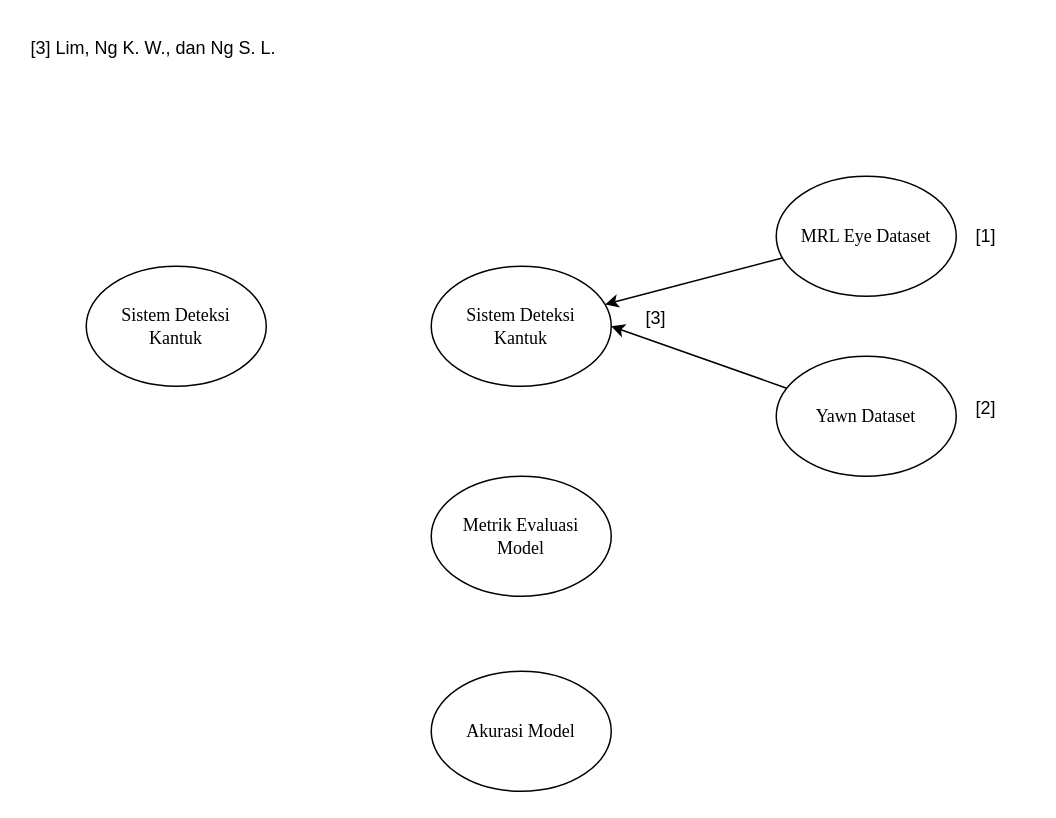
The draw.io diagram Model Referensi.drawio in pakkaem/app.diagrams.net-repo, before the edit. Source tidied: cells renumbered, new cells numbered last; positions are measured from the earlier drawing's top-left corner, leaving out a move shared by most shapes. Both pictures are drawn from the tidied source at 150%, with x=0, y=0 at pixel (26, 26).
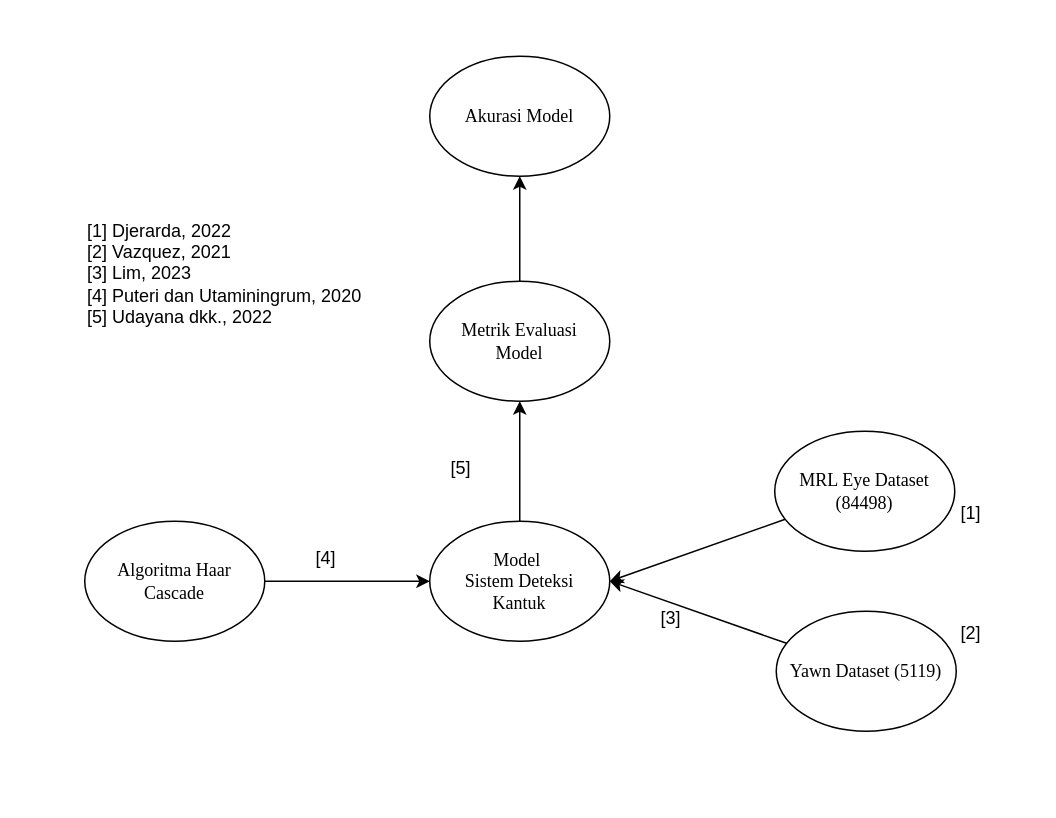
Above is the later version.

Change to the diagram source:
```diff
@@
 <mxGraphModel>
   <root>
     <mxCell id="0" />
     <mxCell id="1" parent="0" />
+    <mxCell id="14" style="edgeStyle=orthogonalEdgeStyle;rounded=0;jettySize=auto;html=1;" parent="1" edge="1" source="2" target="6">
+      <mxGeometry relative="1" as="geometry" />
+    </mxCell>
-    <mxCell id="2" value="&lt;font face=&quot;Times New Roman&quot;&gt;Sistem Deteksi&lt;/font&gt;&lt;div&gt;&lt;font face=&quot;Times New Roman&quot;&gt;Kantuk&lt;/font&gt;&lt;/div&gt;" style="ellipse;whiteSpace=wrap;html=1;" parent="1" vertex="1">
-      <mxGeometry x="270" y="160" width="120" height="80" as="geometry" />
+    <mxCell id="2" value="&lt;font face=&quot;Times New Roman&quot;&gt;Model&amp;nbsp;&lt;/font&gt;&lt;div&gt;&lt;font face=&quot;Times New Roman&quot;&gt;Sistem Deteksi&lt;/font&gt;&lt;div&gt;&lt;font face=&quot;Times New Roman&quot;&gt;Kantuk&lt;/font&gt;&lt;/div&gt;&lt;/div&gt;" style="ellipse;whiteSpace=wrap;html=1;" parent="1" vertex="1">
+      <mxGeometry x="269" y="330" width="120" height="80" as="geometry" />
     </mxCell>
+    <mxCell id="15" style="edgeStyle=orthogonalEdgeStyle;rounded=0;jettySize=auto;html=1;" parent="1" edge="1" source="3" target="2">
+      <mxGeometry relative="1" as="geometry" />
+    </mxCell>
-    <mxCell id="3" value="&lt;font face=&quot;Times New Roman&quot;&gt;Sistem Deteksi&lt;/font&gt;&lt;div&gt;&lt;font face=&quot;Times New Roman&quot;&gt;Kantuk&lt;/font&gt;&lt;/div&gt;" style="ellipse;whiteSpace=wrap;html=1;" parent="1" vertex="1">
-      <mxGeometry x="40" y="160" width="120" height="80" as="geometry" />
+    <mxCell id="3" value="&lt;font face=&quot;Times New Roman&quot;&gt;Algoritma Haar Cascade&lt;/font&gt;" style="ellipse;whiteSpace=wrap;html=1;" parent="1" vertex="1">
+      <mxGeometry x="39" y="330" width="120" height="80" as="geometry" />
     </mxCell>
-    <mxCell id="4" style="rounded=0;jettySize=auto;html=1;" parent="1" edge="1" source="5" target="2">
+    <mxCell id="4" style="rounded=0;jettySize=auto;html=1;entryX=1;entryY=0.5;entryDx=0;entryDy=0;" parent="1" edge="1" source="5" target="2">
       <mxGeometry relative="1" as="geometry" />
     </mxCell>
-    <mxCell id="5" value="&lt;font face=&quot;Times New Roman&quot;&gt;MRL Eye Dataset&lt;/font&gt;" style="ellipse;whiteSpace=wrap;html=1;" parent="1" vertex="1">
-      <mxGeometry x="500" y="100" width="120" height="80" as="geometry" />
+    <mxCell id="5" value="&lt;font face=&quot;Times New Roman&quot;&gt;MRL Eye Dataset (84498)&lt;/font&gt;" style="ellipse;whiteSpace=wrap;html=1;" parent="1" vertex="1">
+      <mxGeometry x="499" y="270" width="120" height="80" as="geometry" />
     </mxCell>
+    <mxCell id="16" style="edgeStyle=orthogonalEdgeStyle;rounded=0;jettySize=auto;html=1;" parent="1" edge="1" source="6" target="7">
+      <mxGeometry relative="1" as="geometry" />
+    </mxCell>
     <mxCell id="6" value="&lt;font face=&quot;Times New Roman&quot;&gt;Metrik Evaluasi&lt;/font&gt;&lt;div&gt;&lt;font face=&quot;Times New Roman&quot;&gt;Model&lt;/font&gt;&lt;/div&gt;" style="ellipse;whiteSpace=wrap;html=1;" parent="1" vertex="1">
-      <mxGeometry x="270" y="300" width="120" height="80" as="geometry" />
+      <mxGeometry x="269" y="170" width="120" height="80" as="geometry" />
     </mxCell>
     <mxCell id="7" value="&lt;font face=&quot;Times New Roman&quot;&gt;Akurasi Model&lt;/font&gt;" style="ellipse;whiteSpace=wrap;html=1;" parent="1" vertex="1">
-      <mxGeometry x="270" y="430" width="120" height="80" as="geometry" />
+      <mxGeometry x="269" y="20" width="120" height="80" as="geometry" />
     </mxCell>
     <mxCell id="8" style="rounded=0;jettySize=auto;html=1;entryX=1;entryY=0.5;entryDx=0;entryDy=0;" parent="1" edge="1" source="9" target="2">
       <mxGeometry relative="1" as="geometry" />
     </mxCell>
-    <mxCell id="9" value="&lt;font face=&quot;Times New Roman&quot;&gt;Yawn Dataset&lt;/font&gt;" style="ellipse;whiteSpace=wrap;html=1;" parent="1" vertex="1">
-      <mxGeometry x="500" y="220" width="120" height="80" as="geometry" />
+    <mxCell id="9" value="&lt;font face=&quot;Times New Roman&quot;&gt;Yawn Dataset (5119)&lt;/font&gt;" style="ellipse;whiteSpace=wrap;html=1;" parent="1" vertex="1">
+      <mxGeometry x="500" y="390" width="120" height="80" as="geometry" />
     </mxCell>
     <mxCell id="10" value="[1]" style="text;html=1;align=center;verticalAlign=middle;whiteSpace=wrap;rounded=0;" parent="1" vertex="1">
-      <mxGeometry x="610" y="125" width="60" height="30" as="geometry" />
+      <mxGeometry x="600" y="310" width="60" height="30" as="geometry" />
     </mxCell>
     <mxCell id="11" value="[2]" style="text;html=1;align=center;verticalAlign=middle;whiteSpace=wrap;rounded=0;" parent="1" vertex="1">
-      <mxGeometry x="610" y="240" width="60" height="30" as="geometry" />
+      <mxGeometry x="600" y="390" width="60" height="30" as="geometry" />
     </mxCell>
-    <mxCell id="12" value="[3] Lim, Ng K. W., dan Ng S. L." style="text;html=1;align=center;verticalAlign=middle;whiteSpace=wrap;rounded=0;" parent="1" vertex="1">
-      <mxGeometry width="170" height="30" as="geometry" />
+    <mxCell id="12" value="&lt;div&gt;[1] Djerarda, 2022&lt;/div&gt;&lt;div&gt;[2] Vazquez, 2021&lt;/div&gt;&lt;div&gt;[3] Lim, 2023&lt;/div&gt;&lt;div&gt;[4] Puteri dan Utaminingrum, 2020&lt;br&gt;[5] Udayana dkk., 2022&lt;/div&gt;" style="text;html=1;align=left;verticalAlign=middle;whiteSpace=wrap;rounded=0;" parent="1" vertex="1">
+      <mxGeometry x="39" y="130" width="230" height="70" as="geometry" />
     </mxCell>
     <mxCell id="13" value="[3]" style="text;html=1;align=center;verticalAlign=middle;whiteSpace=wrap;rounded=0;" parent="1" vertex="1">
-      <mxGeometry x="410" y="180" width="20" height="30" as="geometry" />
+      <mxGeometry x="400" y="380" width="60" height="30" as="geometry" />
     </mxCell>
+    <mxCell id="17" value="[4]" style="text;html=1;align=center;verticalAlign=middle;whiteSpace=wrap;rounded=0;" parent="1" vertex="1">
+      <mxGeometry x="170" y="340" width="60" height="30" as="geometry" />
+    </mxCell>
+    <mxCell id="18" value="[5]" style="text;html=1;align=center;verticalAlign=middle;whiteSpace=wrap;rounded=0;" parent="1" vertex="1">
+      <mxGeometry x="260" y="280" width="60" height="30" as="geometry" />
+    </mxCell>
   </root>
 </mxGraphModel>
```
